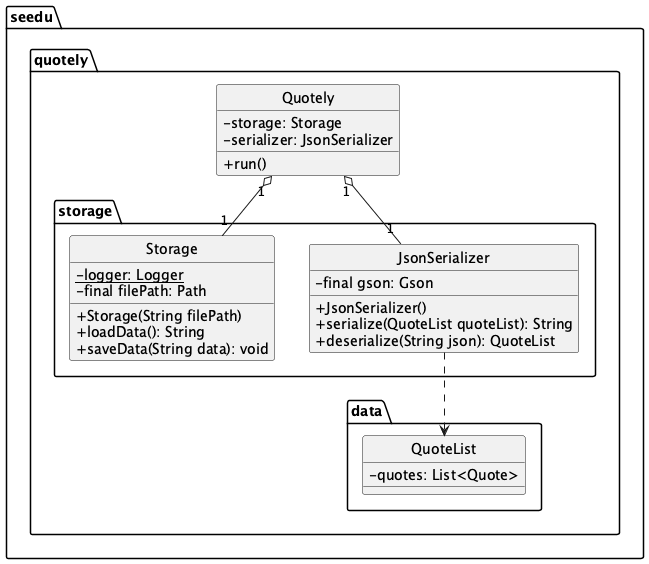
Earlier version of the PlantUML export docs/src/StorageDiagram.png (Tanjy55/tp). Its diagram source:
```plantuml
@startuml
hide circle
skinparam classAttributeIconSize 0

package "seedu.quotely" {

  class Quotely {
     - storage: Storage
     - serializer: JsonSerializer
     + run()
  }

  package "storage" {
    class Storage {
      - {static} logger: Logger
      - final filePath: Path
      + Storage(String filePath)
      + loadData(): String
      + saveData(String data): void
    }

    class JsonSerializer {
      - final gson: Gson
      + JsonSerializer()
      + serialize(QuoteList quoteList): String
      + deserialize(String json): QuoteList
    }
  }

  package "data" {
    class QuoteList {
      - quotes: List<Quote>
    }
  }
}

Quotely "1" o-- "1" Storage
Quotely "1" o-- "1" JsonSerializer

JsonSerializer ..> QuoteList

@enduml
```
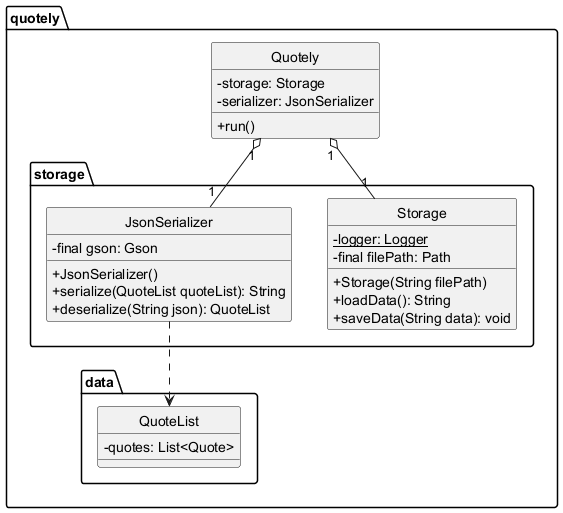
The same diagram one commit later.

Commit message:
Updated PDF component in DG updated storage class diagram

Diff of the diagram source:
```diff
@@ -2,7 +2,7 @@
 hide circle
 skinparam classAttributeIconSize 0
 
-package "seedu.quotely" {
+package "quotely" {
 
   class Quotely {
      - storage: Storage
```
